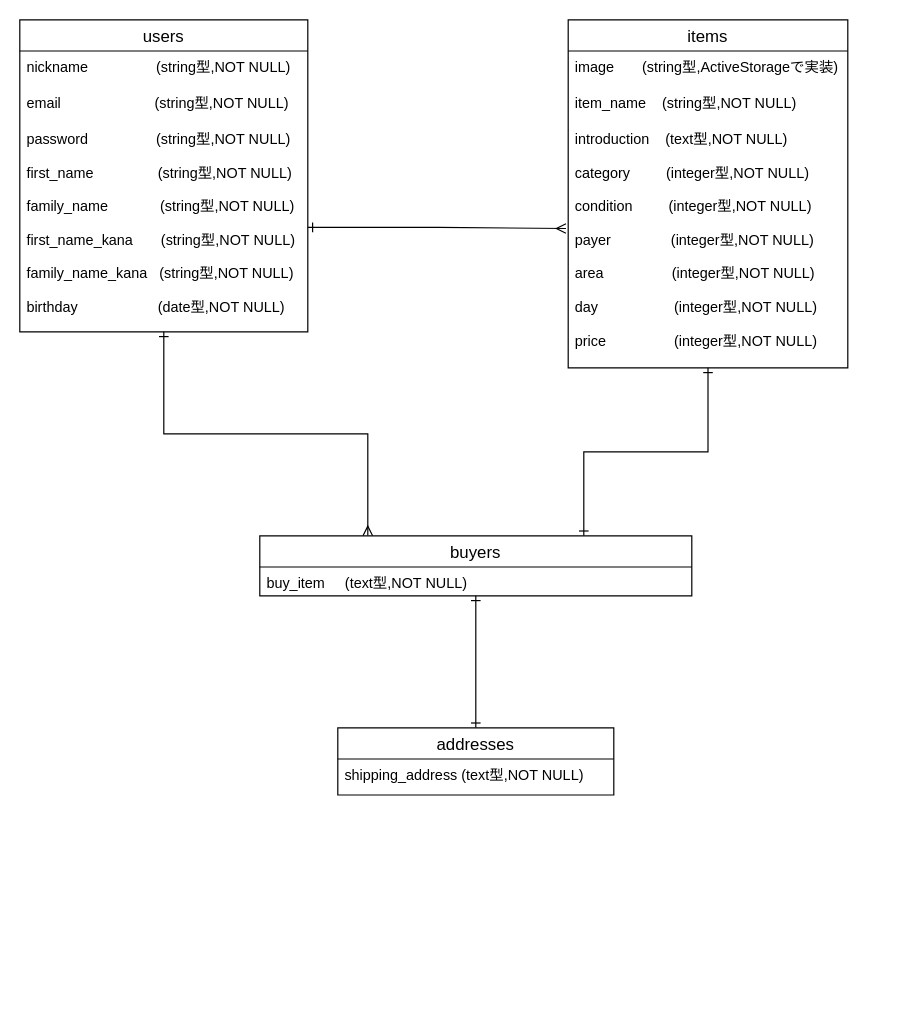
This is furima-34762.dio from hara-yuto/furima-34762, a draw.io file, before an edit. Source tidied: cells renumbered, new cells numbered last; positions are measured from the earlier drawing's top-left corner, leaving out a move shared by most shapes. Both pictures are drawn from the tidied source at 120%, with x=0, y=0 at pixel (19, 19).
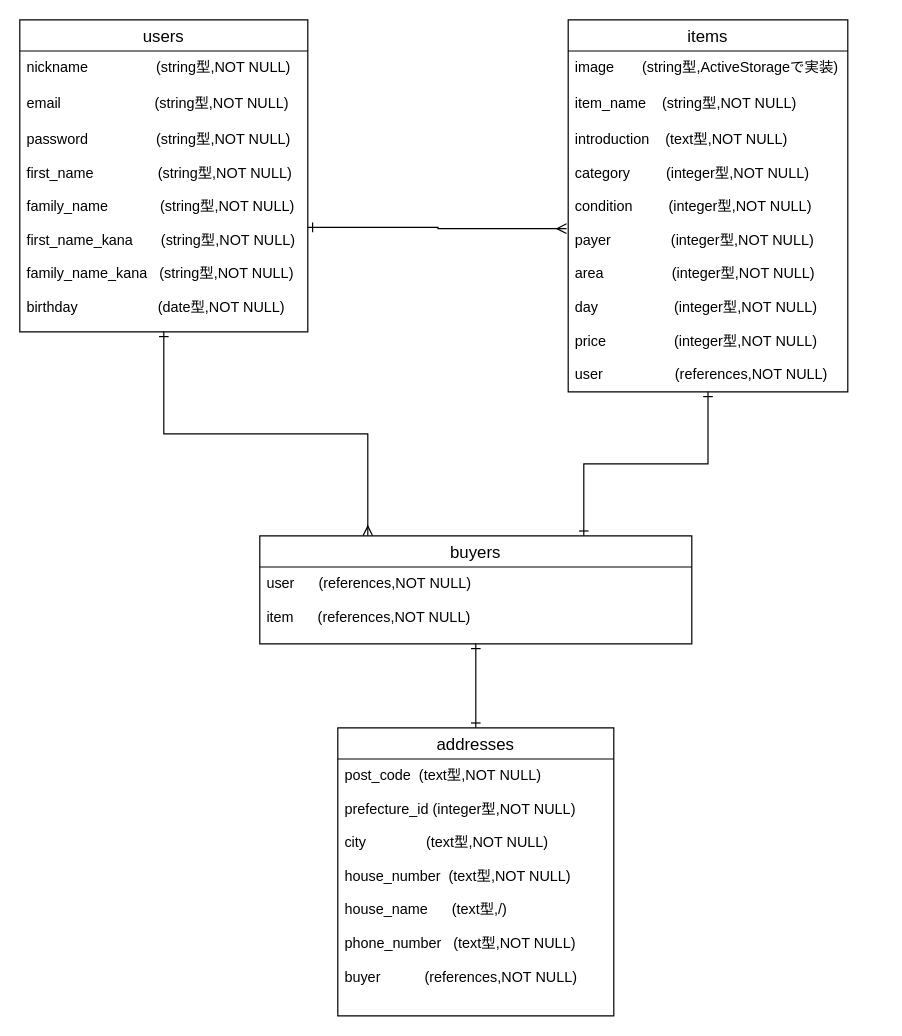
The same diagram, later.

Diff of the diagram source:
```diff
@@
 <mxGraphModel>
   <root>
     <mxCell id="0" />
     <mxCell id="1" parent="0" />
     <mxCell id="2" style="edgeStyle=orthogonalEdgeStyle;rounded=0;jettySize=auto;html=1;entryX=0.25;entryY=0;entryDx=0;entryDy=0;startArrow=ERone;startFill=0;endArrow=ERmany;endFill=0;" parent="1" edge="1" source="3" target="14">
       <mxGeometry relative="1" as="geometry" />
     </mxCell>
     <mxCell id="3" value="users" style="swimlane;fontStyle=0;horizontal=1;startSize=26;align=center;fontSize=14;" parent="1" vertex="1">
       <mxGeometry width="240" height="260" as="geometry" />
     </mxCell>
     <mxCell id="4" value="nickname                 (string型,NOT NULL)" style="text;strokeColor=none;fillColor=none;spacingLeft=4;spacingRight=4;overflow=hidden;fontSize=12;" parent="3" vertex="1">
       <mxGeometry y="26" width="240" height="30" as="geometry" />
     </mxCell>
     <mxCell id="5" value="email　　　         　(string型,NOT NULL)" style="text;strokeColor=none;fillColor=none;spacingLeft=4;spacingRight=4;overflow=hidden;fontSize=12;" parent="3" vertex="1">
       <mxGeometry y="56" width="240" height="30" as="geometry" />
     </mxCell>
     <mxCell id="6" value="password                 (string型,NOT NULL)&#10;&#10;first_name                (string型,NOT NULL)&#10;&#10;family_name             (string型,NOT NULL)&#10;&#10;first_name_kana       (string型,NOT NULL)&#10;&#10;family_name_kana   (string型,NOT NULL)&#10;&#10;birthday                    (date型,NOT NULL)                  " style="text;strokeColor=none;fillColor=none;spacingLeft=4;spacingRight=4;overflow=hidden;points=[[0,0.5],[1,0.5]];portConstraint=eastwest;fontSize=12;" parent="3" vertex="1">
       <mxGeometry y="86" width="240" height="174" as="geometry" />
     </mxCell>
     <mxCell id="7" style="edgeStyle=orthogonalEdgeStyle;rounded=0;jettySize=auto;html=1;entryX=0.75;entryY=0;entryDx=0;entryDy=0;startArrow=ERone;startFill=0;endArrow=ERone;endFill=0;" parent="1" edge="1" source="8" target="14">
       <mxGeometry relative="1" as="geometry" />
     </mxCell>
     <mxCell id="8" value="items" style="swimlane;fontStyle=0;horizontal=1;startSize=26;align=center;fontSize=14;" parent="1" vertex="1">
-      <mxGeometry x="457" width="233" height="290" as="geometry" />
+      <mxGeometry x="457" width="233" height="310" as="geometry" />
     </mxCell>
     <mxCell id="9" value="image       (string型,ActiveStorageで実装)           " style="text;strokeColor=none;fillColor=none;spacingLeft=4;spacingRight=4;overflow=hidden;fontSize=12;" parent="8" vertex="1">
       <mxGeometry y="26" width="233" height="30" as="geometry" />
     </mxCell>
     <mxCell id="10" value="item_name    (string型,NOT NULL)" style="text;strokeColor=none;fillColor=none;spacingLeft=4;spacingRight=4;overflow=hidden;fontSize=12;" parent="8" vertex="1">
       <mxGeometry y="56" width="233" height="30" as="geometry" />
     </mxCell>
-    <mxCell id="11" value="introduction    (text型,NOT NULL)&#10;&#10;category         (integer型,NOT NULL)&#10;&#10;condition         (integer型,NOT NULL)&#10;&#10;payer               (integer型,NOT NULL)&#10;&#10;area                 (integer型,NOT NULL)&#10;&#10;day                   (integer型,NOT NULL)&#10;&#10;price                 (integer型,NOT NULL)" style="text;strokeColor=none;fillColor=none;spacingLeft=4;spacingRight=4;overflow=hidden;points=[[0,0.5],[1,0.5]];portConstraint=eastwest;fontSize=12;" parent="8" vertex="1">
-      <mxGeometry y="86" width="233" height="204" as="geometry" />
+    <mxCell id="11" value="introduction    (text型,NOT NULL)&#10;&#10;category         (integer型,NOT NULL)&#10;&#10;condition         (integer型,NOT NULL)&#10;&#10;payer               (integer型,NOT NULL)&#10;&#10;area                 (integer型,NOT NULL)&#10;&#10;day                   (integer型,NOT NULL)&#10;&#10;price                 (integer型,NOT NULL)&#10;&#10;user                  (references,NOT NULL)" style="text;strokeColor=none;fillColor=none;spacingLeft=4;spacingRight=4;overflow=hidden;points=[[0,0.5],[1,0.5]];portConstraint=eastwest;fontSize=12;" parent="8" vertex="1">
+      <mxGeometry y="86" width="233" height="224" as="geometry" />
     </mxCell>
-    <mxCell id="12" style="edgeStyle=orthogonalEdgeStyle;rounded=0;jettySize=auto;html=1;exitX=1;exitY=0.5;exitDx=0;exitDy=0;entryX=-0.008;entryY=0.431;entryDx=0;entryDy=0;entryPerimeter=0;startArrow=ERone;startFill=0;endArrow=ERmany;endFill=0;" parent="1" edge="1" source="6" target="11">
-      <mxGeometry relative="1" as="geometry" />
-    </mxCell>
     <mxCell id="13" style="edgeStyle=orthogonalEdgeStyle;rounded=0;jettySize=auto;html=1;startArrow=ERone;startFill=0;endArrow=ERone;endFill=0;entryX=0.5;entryY=0;entryDx=0;entryDy=0;" parent="1" edge="1" source="14" target="16">
       <mxGeometry relative="1" as="geometry" />
     </mxCell>
     <mxCell id="14" value="buyers" style="swimlane;fontStyle=0;horizontal=1;startSize=26;align=center;fontSize=14;" parent="1" vertex="1">
-      <mxGeometry x="200" y="430" width="360" height="50" as="geometry" />
+      <mxGeometry x="200" y="430" width="360" height="90" as="geometry" />
     </mxCell>
-    <mxCell id="15" value="buy_item     (text型,NOT NULL)" style="text;strokeColor=none;fillColor=none;spacingLeft=4;spacingRight=4;overflow=hidden;fontSize=12;" parent="14" vertex="1">
-      <mxGeometry y="26" width="360" height="24" as="geometry" />
+    <mxCell id="15" value="user      (references,NOT NULL)&#10;&#10;item      (references,NOT NULL)" style="text;strokeColor=none;fillColor=none;spacingLeft=4;spacingRight=4;overflow=hidden;fontSize=12;" parent="14" vertex="1">
+      <mxGeometry y="26" width="360" height="64" as="geometry" />
     </mxCell>
     <mxCell id="16" value="addresses" style="swimlane;fontStyle=0;horizontal=1;startSize=26;align=center;fontSize=14;" parent="1" vertex="1">
-      <mxGeometry x="265" y="590" width="230" height="56" as="geometry" />
+      <mxGeometry x="265" y="590" width="230" height="240" as="geometry" />
     </mxCell>
-    <mxCell id="17" value="shipping_address (text型,NOT NULL)" style="text;strokeColor=none;fillColor=none;spacingLeft=4;spacingRight=4;overflow=hidden;fontSize=12;" parent="16" vertex="1">
-      <mxGeometry y="26" width="230" height="30" as="geometry" />
+    <mxCell id="17" value="post_code  (text型,NOT NULL)&#10;&#10;prefecture_id (integer型,NOT NULL)&#10;&#10;city               (text型,NOT NULL)&#10;&#10;house_number  (text型,NOT NULL)&#10;&#10;house_name      (text型,/)&#10;&#10;phone_number   (text型,NOT NULL)&#10;&#10;buyer           (references,NOT NULL)&#10;           " style="text;strokeColor=none;fillColor=none;spacingLeft=4;spacingRight=4;overflow=hidden;fontSize=12;" parent="16" vertex="1">
+      <mxGeometry y="26" width="230" height="214" as="geometry" />
     </mxCell>
+    <mxCell id="12" style="edgeStyle=orthogonalEdgeStyle;rounded=0;jettySize=auto;html=1;entryX=-0.006;entryY=0.393;entryDx=0;entryDy=0;entryPerimeter=0;startArrow=ERone;startFill=0;endArrow=ERmany;endFill=0;" parent="1" edge="1" source="6" target="11">
+      <mxGeometry relative="1" as="geometry" />
+    </mxCell>
   </root>
 </mxGraphModel>
```
